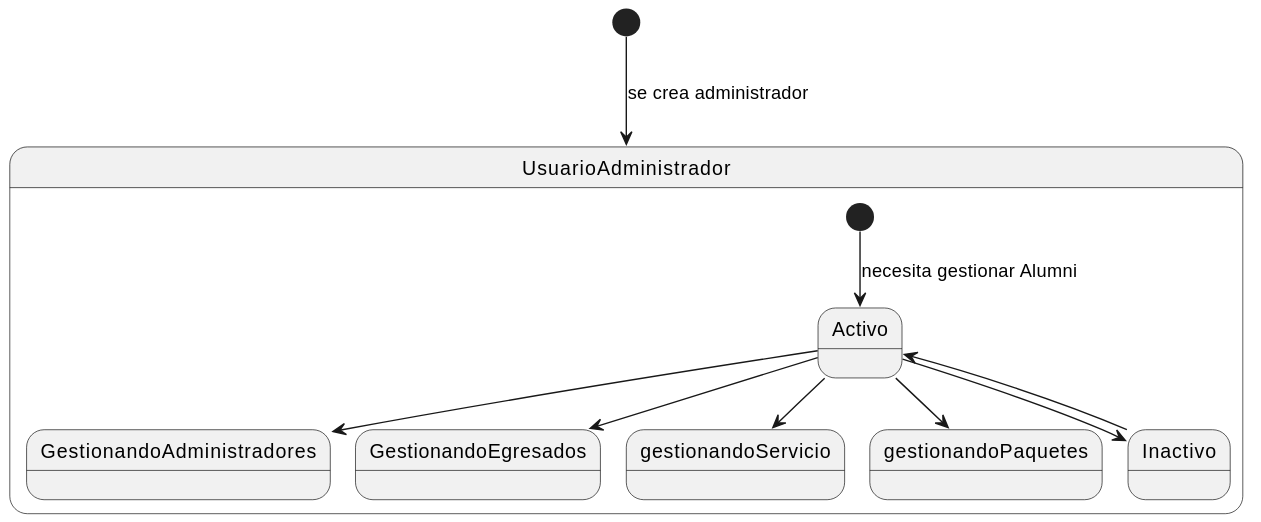
mmasias/23-24-IdSw1-SDR keeps this PlantUML diagram as Modelo_de_Dominio/Diagramas_de_Estado/Administrador/Diagrama_de_Estados_Administrador.svg. Above is the earlier version.
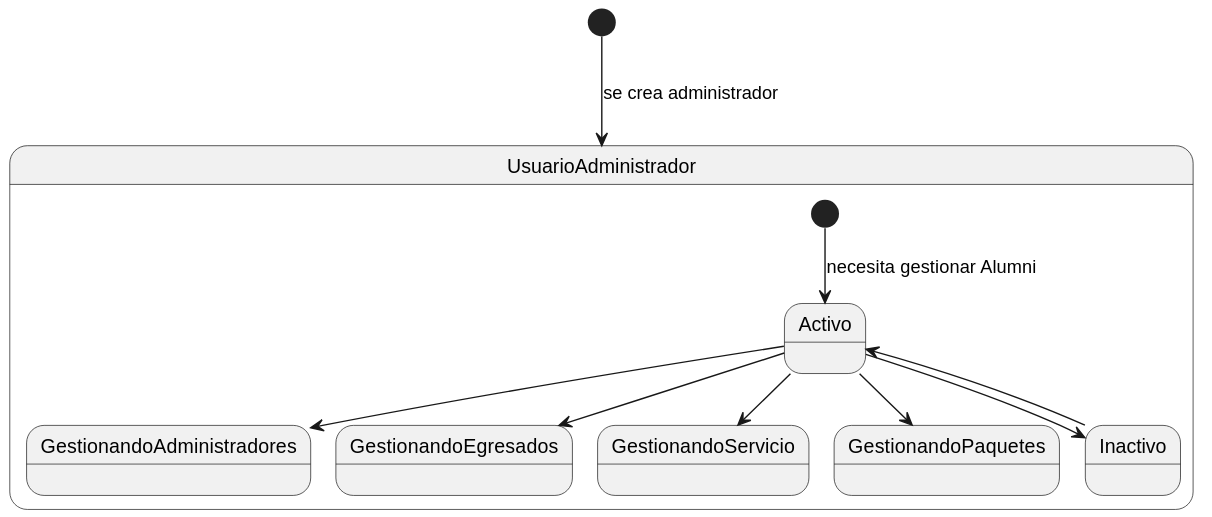
Above is the later version.

What changed in the source:
```diff
@@ -7,8 +7,8 @@
 Activo-->GestionandoAdministradores
 Activo-->GestionandoEgresados
 [*]-->Activo: necesita gestionar Alumni
-Activo-->gestionandoServicio
-Activo-->gestionandoPaquetes
+Activo-->GestionandoServicio
+Activo-->GestionandoPaquetes
 Activo --> Inactivo
 Inactivo --> Activo
 }
```
